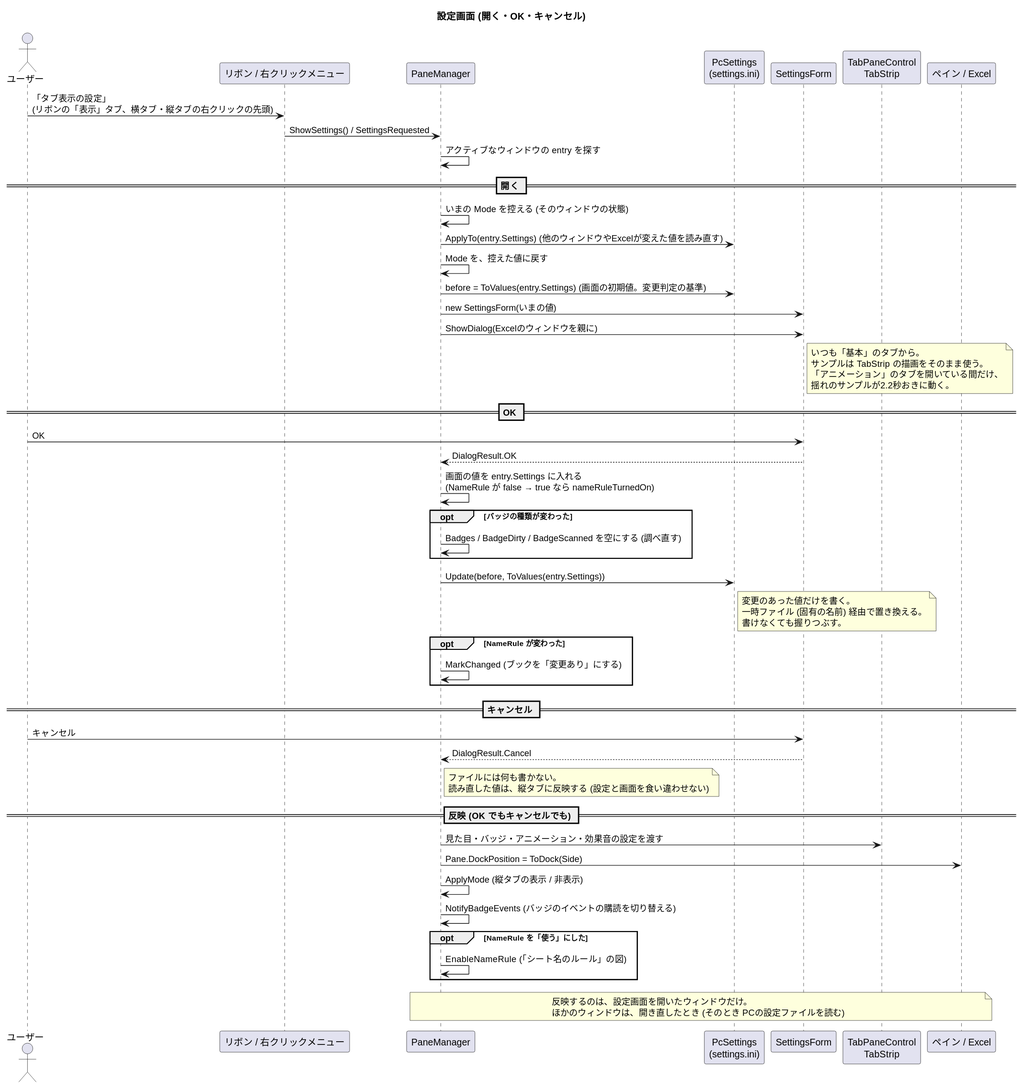
The PlantUML diagram docs/sequence-settings.svg in nk-taka623/VerticalSheetTabs, before a commit.
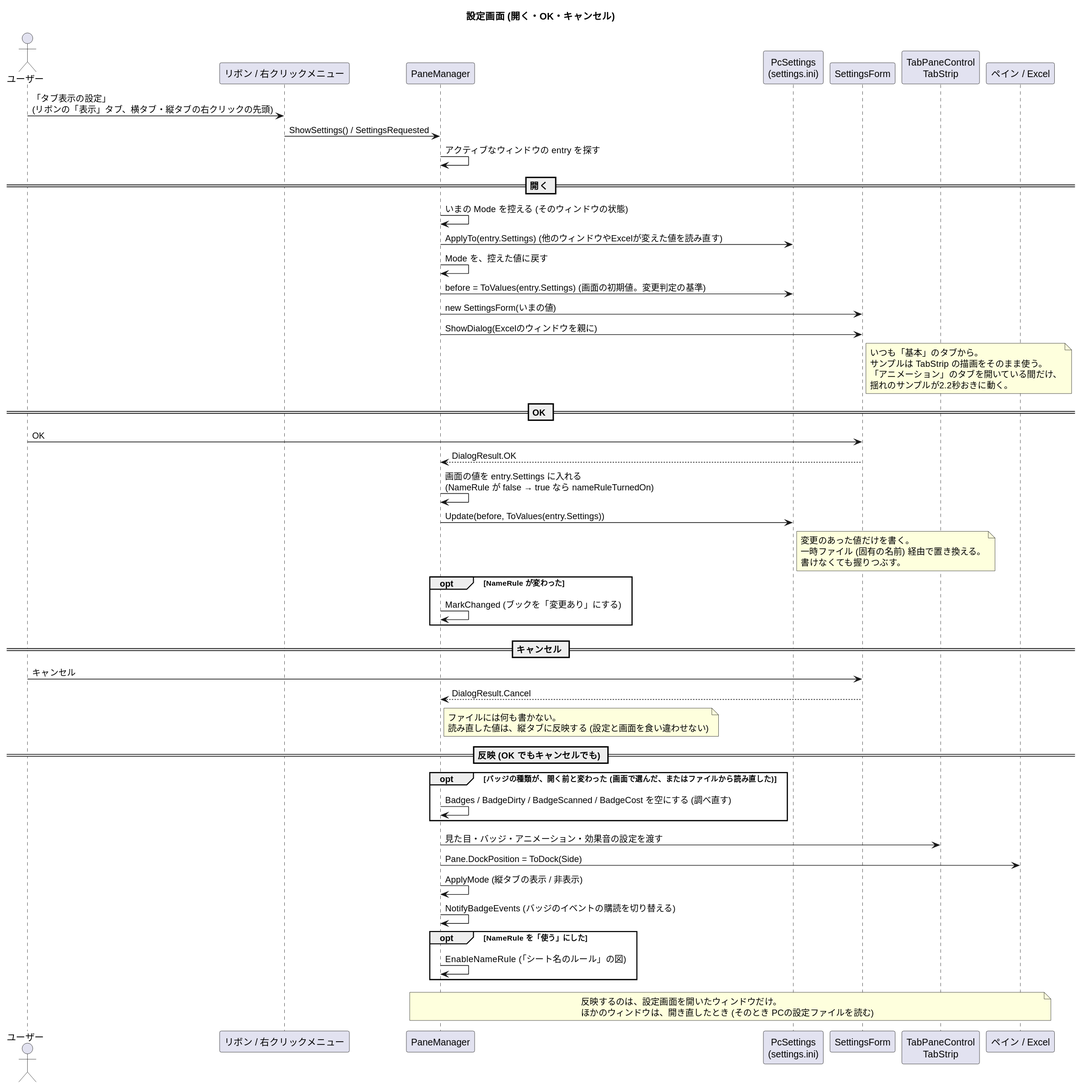
The same file after the commit.

What changed in the source:
```diff
@@ -28,9 +28,6 @@
 U -> D : OK
 D --> P : DialogResult.OK
 P -> P : 画面の値を entry.Settings に入れる\n(NameRule が false → true なら nameRuleTurnedOn)
-opt バッジの種類が変わった
-  P -> P : Badges / BadgeDirty / BadgeScanned を空にする (調べ直す)
-end
 P -> INI : Update(before, ToValues(entry.Settings))
 note right of INI : 変更のあった値だけを書く。\n一時ファイル (固有の名前) 経由で置き換える。\n書けなくても握りつぶす。
 opt NameRule が変わった
@@ -43,6 +40,9 @@
 note right of P : ファイルには何も書かない。\n読み直した値は、縦タブに反映する (設定と画面を食い違わせない)
 
 == 反映 (OK でもキャンセルでも) ==
+opt バッジの種類が、開く前と変わった (画面で選んだ、またはファイルから読み直した)
+  P -> P : Badges / BadgeDirty / BadgeScanned / BadgeCost を空にする (調べ直す)
+end
 P -> C : 見た目・バッジ・アニメーション・効果音の設定を渡す
 P -> XL : Pane.DockPosition = ToDock(Side)
 P -> P : ApplyMode (縦タブの表示 / 非表示)
```
